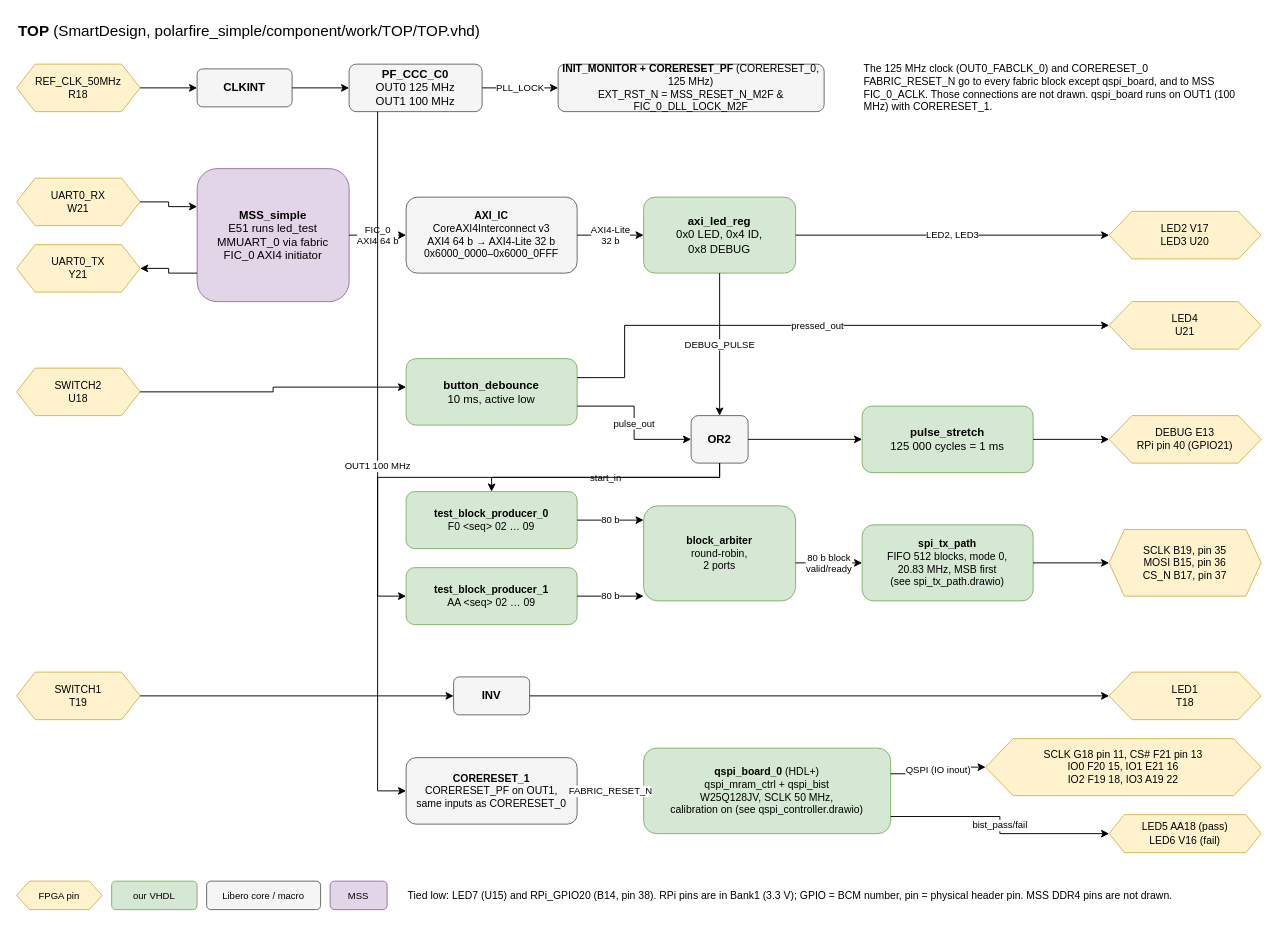
This is documentation/top_level.drawio from jenswilly/polarfire_simple, a draw.io file, before an edit. Source tidied: cells renumbered, new cells numbered last; positions are measured from the earlier drawing's top-left corner, leaving out a move shared by most shapes. Both pictures are drawn from the tidied source at 95%, with x=0, y=0 at pixel (16, 16).
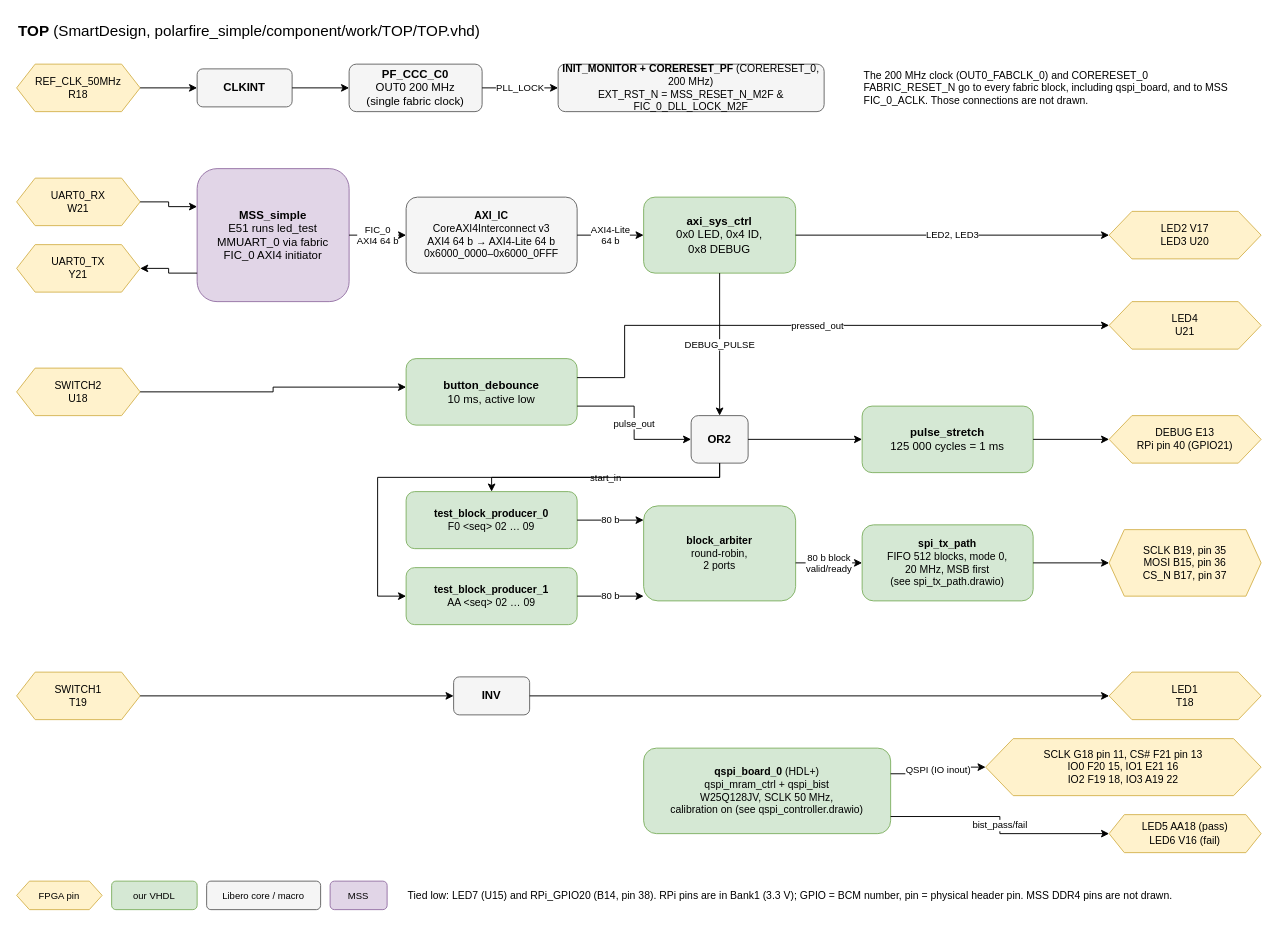
Above is the later version.

Unchanged cells that the change refers to:
```xml
<mxCell id="56" value="&lt;b&gt;qspi_board_0&lt;/b&gt; (HDL+)&lt;br&gt;qspi_mram_ctrl + qspi_bist&lt;br&gt;W25Q128JV, SCLK 50 MHz,&lt;br&gt;calibration on (see qspi_controller.drawio)" style="rounded=1;whiteSpace=wrap;html=1;fillColor=#d5e8d4;strokeColor=#82b366;fontSize=11;" parent="1" vertex="1">
  <mxGeometry x="660" y="770" width="260" height="90" as="geometry" />
</mxCell>
```

Change to the diagram source:
```diff
@@
-    <mxCell id="5" value="&lt;b&gt;PF_CCC_C0&lt;/b&gt;&lt;br&gt;OUT0 125 MHz&lt;br&gt;OUT1 100 MHz" style="rounded=1;whiteSpace=wrap;html=1;fillColor=#f5f5f5;strokeColor=#666666;" parent="1" vertex="1">
+    <mxCell id="5" value="&lt;b&gt;PF_CCC_C0&lt;/b&gt;&lt;br&gt;OUT0 200 MHz&lt;br&gt;(single fabric clock)" style="rounded=1;whiteSpace=wrap;html=1;fillColor=#f5f5f5;strokeColor=#666666;" parent="1" vertex="1">
       <mxGeometry x="350" y="50" width="140" height="50" as="geometry" />
     </mxCell>
-    <mxCell id="6" value="&lt;b&gt;INIT_MONITOR + CORERESET_PF&lt;/b&gt; (CORERESET_0, 125 MHz)&lt;br&gt;EXT_RST_N = MSS_RESET_N_M2F &amp;amp; FIC_0_DLL_LOCK_M2F" style="rounded=1;whiteSpace=wrap;html=1;fillColor=#f5f5f5;strokeColor=#666666;fontSize=11;" parent="1" vertex="1">
+    <mxCell id="6" value="&lt;b&gt;INIT_MONITOR + CORERESET_PF&lt;/b&gt; (CORERESET_0, 200 MHz)&lt;br&gt;EXT_RST_N = MSS_RESET_N_M2F &amp;amp; FIC_0_DLL_LOCK_M2F" style="rounded=1;whiteSpace=wrap;html=1;fillColor=#f5f5f5;strokeColor=#666666;fontSize=11;" parent="1" vertex="1">
       <mxGeometry x="570" y="50" width="280" height="50" as="geometry" />
     </mxCell>
-    <mxCell id="7" value="The 125 MHz clock (OUT0_FABCLK_0) and CORERESET_0 FABRIC_RESET_N go to every fabric block except qspi_board, and to MSS FIC_0_ACLK. Those connections are not drawn. qspi_board runs on OUT1 (100 MHz) with CORERESET_1." style="text;html=1;align=left;verticalAlign=middle;whiteSpace=wrap;fontSize=11;" parent="1" vertex="1">
+    <mxCell id="7" value="The 200 MHz clock (OUT0_FABCLK_0) and CORERESET_0 FABRIC_RESET_N go to every fabric block, including qspi_board, and to MSS FIC_0_ACLK. Those connections are not drawn." style="text;html=1;align=left;verticalAlign=middle;whiteSpace=wrap;fontSize=11;" parent="1" vertex="1">
       <mxGeometry x="890" y="45" width="400" height="60" as="geometry" />
     </mxCell>
@@
-    <mxCell id="11" value="&lt;b&gt;AXI_IC&lt;/b&gt;&lt;br&gt;CoreAXI4Interconnect v3&lt;br&gt;AXI4 64 b → AXI4-Lite 32 b&lt;br&gt;0x6000_0000–0x6000_0FFF" style="rounded=1;whiteSpace=wrap;html=1;fillColor=#f5f5f5;strokeColor=#666666;fontSize=11;" parent="1" vertex="1">
+    <mxCell id="11" value="&lt;b&gt;AXI_IC&lt;/b&gt;&lt;br&gt;CoreAXI4Interconnect v3&lt;br&gt;AXI4 64 b → AXI4-Lite 64 b&lt;br&gt;0x6000_0000–0x6000_0FFF" style="rounded=1;whiteSpace=wrap;html=1;fillColor=#f5f5f5;strokeColor=#666666;fontSize=11;" parent="1" vertex="1">
       <mxGeometry x="410" y="190" width="180" height="80" as="geometry" />
     </mxCell>
-    <mxCell id="12" value="&lt;b&gt;axi_led_reg&lt;/b&gt;&lt;br&gt;0x0 LED, 0x4 ID,&lt;br&gt;0x8 DEBUG" style="rounded=1;whiteSpace=wrap;html=1;fillColor=#d5e8d4;strokeColor=#82b366;" parent="1" vertex="1">
+    <mxCell id="12" value="&lt;b&gt;axi_sys_ctrl&lt;/b&gt;&lt;br&gt;0x0 LED, 0x4 ID,&lt;br&gt;0x8 DEBUG" style="rounded=1;whiteSpace=wrap;html=1;fillColor=#d5e8d4;strokeColor=#82b366;" parent="1" vertex="1">
       <mxGeometry x="660" y="190" width="160" height="80" as="geometry" />
     </mxCell>
@@
-    <mxCell id="23" value="&lt;b&gt;spi_tx_path&lt;/b&gt;&lt;br&gt;FIFO 512 blocks, mode 0,&lt;br&gt;20.83 MHz, MSB first&lt;br&gt;(see spi_tx_path.drawio)" style="rounded=1;whiteSpace=wrap;html=1;fillColor=#d5e8d4;strokeColor=#82b366;fontSize=11;" parent="1" vertex="1">
+    <mxCell id="23" value="&lt;b&gt;spi_tx_path&lt;/b&gt;&lt;br&gt;FIFO 512 blocks, mode 0,&lt;br&gt;20 MHz, MSB first&lt;br&gt;(see spi_tx_path.drawio)" style="rounded=1;whiteSpace=wrap;html=1;fillColor=#d5e8d4;strokeColor=#82b366;fontSize=11;" parent="1" vertex="1">
       <mxGeometry x="890" y="535" width="180" height="80" as="geometry" />
     </mxCell>
@@
-    <mxCell id="34" value="AXI4-Lite&lt;br&gt;32 b" style="edgeStyle=orthogonalEdgeStyle;rounded=0;html=1;fontSize=10;exitX=1;exitY=0.5;entryX=0;entryY=0.5;" parent="1" edge="1" source="11" target="12">
+    <mxCell id="34" value="AXI4-Lite&lt;br&gt;64 b" style="edgeStyle=orthogonalEdgeStyle;rounded=0;html=1;fontSize=10;exitX=1;exitY=0.5;entryX=0;entryY=0.5;" parent="1" edge="1" source="11" target="12">
       <mxGeometry relative="1" as="geometry" />
     </mxCell>
@@
-    <mxCell id="55" value="&lt;b&gt;CORERESET_1&lt;/b&gt;&lt;br&gt;CORERESET_PF on OUT1,&lt;br&gt;same inputs as CORERESET_0" style="rounded=1;whiteSpace=wrap;html=1;fillColor=#f5f5f5;strokeColor=#666666;fontSize=11;" parent="1" vertex="1">
-      <mxGeometry x="410" y="780" width="180" height="70" as="geometry" />
-    </mxCell>
@@
-    <mxCell id="59" value="OUT1 100 MHz" style="edgeStyle=orthogonalEdgeStyle;rounded=0;html=1;fontSize=10;exitX=0.2143;exitY=1;entryX=0;entryY=0.5;" parent="1" edge="1" source="5" target="55">
-      <mxGeometry relative="1" as="geometry" />
-    </mxCell>
-    <mxCell id="60" value="FABRIC_RESET_N" style="edgeStyle=orthogonalEdgeStyle;rounded=0;html=1;fontSize=10;" parent="1" edge="1" source="55" target="56">
-      <mxGeometry relative="1" as="geometry" />
-    </mxCell>
```
